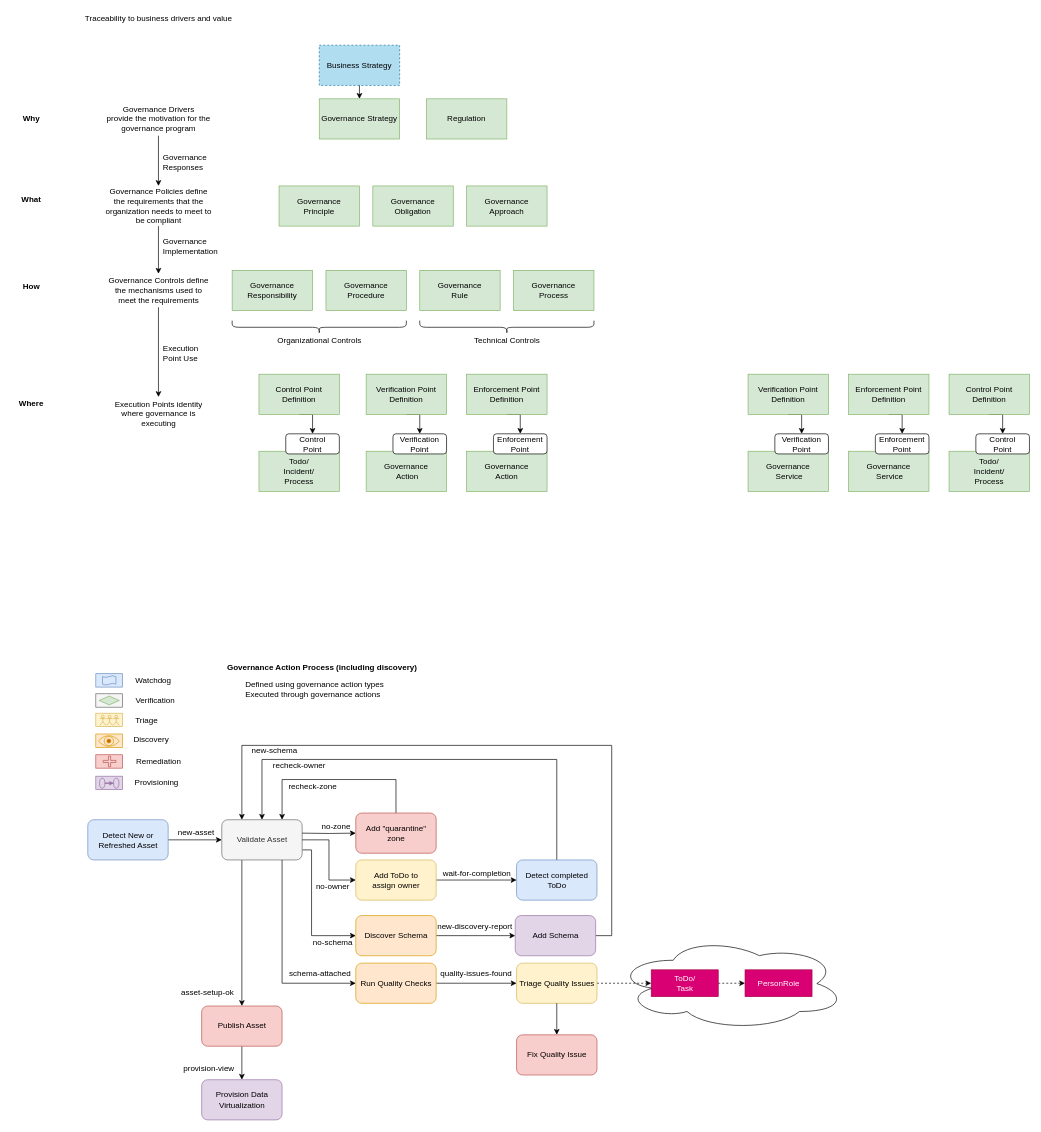
Earlier version of the draw.io diagram page "governance-definitions" (3 of 7) of site/docs/guides/planning/governance-program/governance-program-planning.drawio (odpi/egeria-docs). Source tidied: cells renumbered, new cells numbered last; positions are measured from the earlier drawing's top-left corner, leaving out a move shared by most shapes. Both pictures are drawn from the tidied source at 67%, with x=0, y=0 at pixel (14, 11).
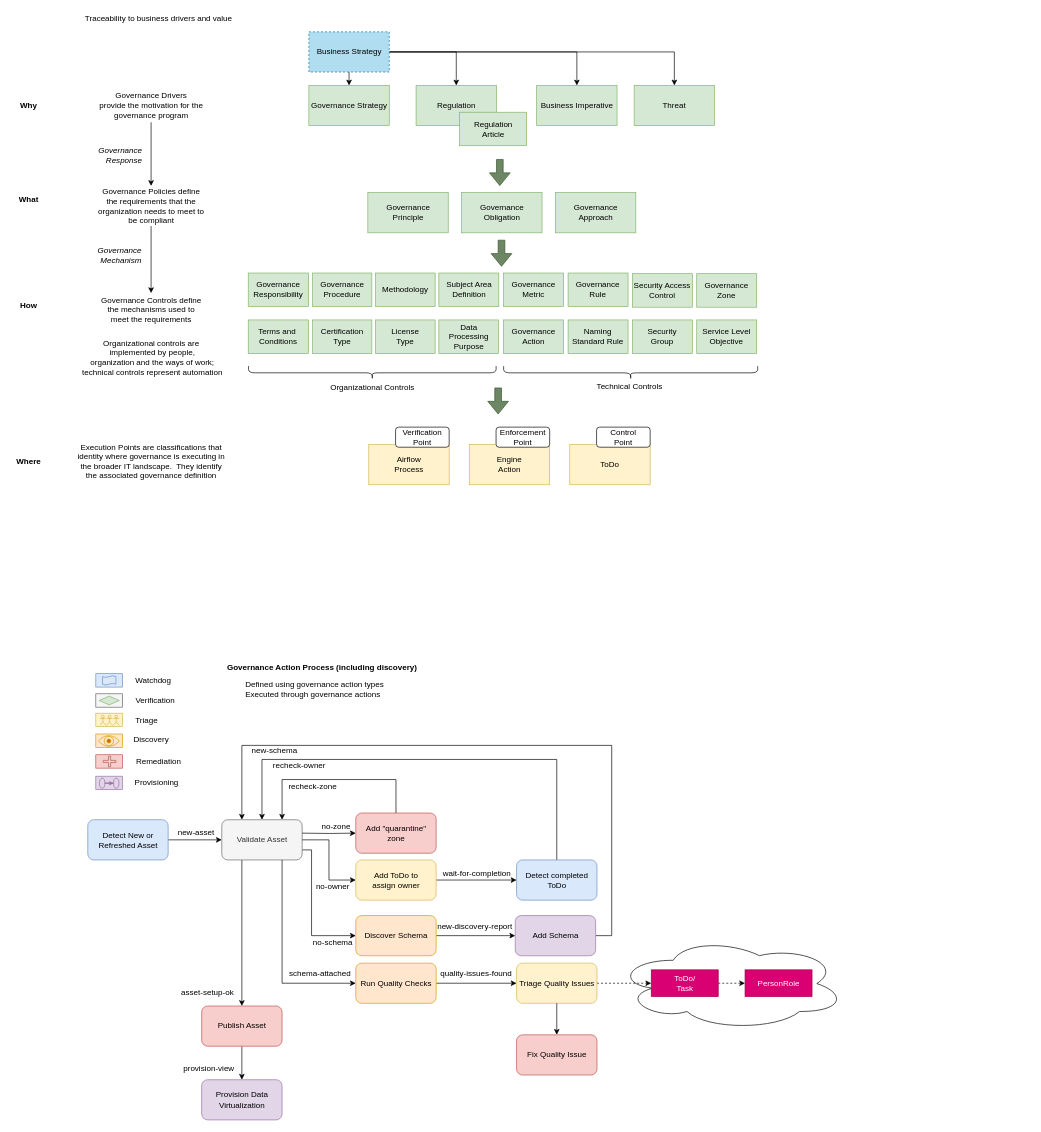
The same diagram, later.

Change to the diagram source:
```diff
@@
     <mxCell id="3" value="Governance Strategy" style="rounded=0;whiteSpace=wrap;html=1;fillColor=#d5e8d4;strokeColor=#82b366;" parent="1" vertex="1">
-      <mxGeometry x="455" y="130" width="120" height="60" as="geometry" />
+      <mxGeometry x="439.5" y="110" width="120" height="60" as="geometry" />
     </mxCell>
     <mxCell id="4" value="Regulation" style="rounded=0;whiteSpace=wrap;html=1;fillColor=#d5e8d4;strokeColor=#82b366;" parent="1" vertex="1">
-      <mxGeometry x="615" y="130" width="120" height="60" as="geometry" />
+      <mxGeometry x="599.5" y="110" width="120" height="60" as="geometry" />
     </mxCell>
@@
     <mxCell id="6" value="Governance Drivers&lt;br&gt;provide the motivation for the&lt;br&gt;governance program" style="text;html=1;align=center;verticalAlign=middle;points=[];" parent="1" vertex="1">
-      <mxGeometry x="130" y="135" width="170" height="50" as="geometry" />
+      <mxGeometry x="119" y="115" width="170" height="50" as="geometry" />
     </mxCell>
@@
+    <mxCell id="127" style="edgeStyle=orthogonalEdgeStyle;rounded=0;jettySize=auto;html=1;exitX=1;exitY=0.5;exitDx=0;exitDy=0;" parent="1" edge="1" source="8" target="131">
+      <mxGeometry relative="1" as="geometry" />
+    </mxCell>
+    <mxCell id="128" style="edgeStyle=orthogonalEdgeStyle;rounded=0;jettySize=auto;html=1;exitX=1;exitY=0.5;exitDx=0;exitDy=0;" parent="1" edge="1" source="8" target="4">
+      <mxGeometry relative="1" as="geometry" />
+    </mxCell>
+    <mxCell id="129" style="edgeStyle=orthogonalEdgeStyle;rounded=0;jettySize=auto;html=1;exitX=1;exitY=0.5;exitDx=0;exitDy=0;entryX=0.5;entryY=0;entryDx=0;entryDy=0;" parent="1" edge="1" source="8" target="132">
+      <mxGeometry relative="1" as="geometry" />
+    </mxCell>
     <mxCell id="8" value="Business Strategy" style="rounded=0;whiteSpace=wrap;html=1;dashed=1;fillColor=#b1ddf0;strokeColor=#10739e;" parent="1" vertex="1">
-      <mxGeometry x="455" y="50" width="120" height="60" as="geometry" />
+      <mxGeometry x="439.5" y="30" width="120" height="60" as="geometry" />
     </mxCell>
@@
     <mxCell id="10" value="Governance&lt;br&gt;Principle" style="rounded=0;whiteSpace=wrap;html=1;fillColor=#d5e8d4;strokeColor=#82b366;" parent="1" vertex="1">
-      <mxGeometry x="395" y="260" width="120" height="60" as="geometry" />
+      <mxGeometry x="527.5" y="270" width="120" height="60" as="geometry" />
     </mxCell>
     <mxCell id="11" value="Governance&lt;br&gt;Obligation" style="rounded=0;whiteSpace=wrap;html=1;fillColor=#d5e8d4;strokeColor=#82b366;" parent="1" vertex="1">
-      <mxGeometry x="535" y="260" width="120" height="60" as="geometry" />
+      <mxGeometry x="667.5" y="270" width="120" height="60" as="geometry" />
     </mxCell>
     <mxCell id="12" value="Governance&lt;br&gt;Approach" style="rounded=0;whiteSpace=wrap;html=1;fillColor=#d5e8d4;strokeColor=#82b366;" parent="1" vertex="1">
-      <mxGeometry x="675" y="260" width="120" height="60" as="geometry" />
+      <mxGeometry x="807.5" y="270" width="120" height="60" as="geometry" />
     </mxCell>
@@
     <mxCell id="14" value="Governance Policies define&lt;br&gt;the requirements that the&lt;br&gt;organization needs to meet to&lt;br&gt;be compliant" style="text;html=1;align=center;verticalAlign=middle;points=[];" parent="1" vertex="1">
-      <mxGeometry x="130" y="260" width="170" height="60" as="geometry" />
+      <mxGeometry x="119" y="260" width="170" height="60" as="geometry" />
     </mxCell>
-    <mxCell id="15" value="Governance&lt;br&gt;Responses" style="text;html=1;align=left;verticalAlign=middle;" parent="1" vertex="1">
-      <mxGeometry x="220" y="210" width="80" height="30" as="geometry" />
+    <mxCell id="15" value="Governance&lt;br&gt;Response" style="text;html=1;align=right;verticalAlign=middle;fontStyle=2;" parent="1" vertex="1">
+      <mxGeometry x="102" y="195" width="90" height="40" as="geometry" />
     </mxCell>
-    <mxCell id="16" style="edgeStyle=orthogonalEdgeStyle;rounded=0;jettySize=auto;html=1;" parent="1" edge="1" source="17" target="33">
-      <mxGeometry relative="1" as="geometry" />
-    </mxCell>
     <mxCell id="17" value="Governance Controls define&lt;br&gt;the mechanisms used to&lt;br&gt;meet the requirements" style="text;html=1;align=center;verticalAlign=middle;points=[];" parent="1" vertex="1">
-      <mxGeometry x="135" y="391" width="160" height="50" as="geometry" />
+      <mxGeometry x="124" y="420" width="160" height="50" as="geometry" />
     </mxCell>
     <mxCell id="18" value="Governance&lt;br&gt;Responsibility" style="rounded=0;whiteSpace=wrap;html=1;fillColor=#d5e8d4;strokeColor=#82b366;" parent="1" vertex="1">
-      <mxGeometry x="325" y="386" width="120" height="60" as="geometry" />
+      <mxGeometry x="349" y="390" width="90" height="50" as="geometry" />
     </mxCell>
     <mxCell id="19" value="Governance&lt;br&gt;Procedure" style="rounded=0;whiteSpace=wrap;html=1;fillColor=#d5e8d4;strokeColor=#82b366;" parent="1" vertex="1">
-      <mxGeometry x="465" y="386" width="120" height="60" as="geometry" />
+      <mxGeometry x="445" y="390" width="88.5" height="50" as="geometry" />
     </mxCell>
     <mxCell id="20" value="Governance&lt;br&gt;Rule" style="rounded=0;whiteSpace=wrap;html=1;fillColor=#d5e8d4;strokeColor=#82b366;" parent="1" vertex="1">
-      <mxGeometry x="605" y="386" width="120" height="60" as="geometry" />
+      <mxGeometry x="826.4" y="390" width="89.5" height="50" as="geometry" />
     </mxCell>
-    <mxCell id="21" value="Governance&lt;br&gt;Process" style="rounded=0;whiteSpace=wrap;html=1;fillColor=#d5e8d4;strokeColor=#82b366;" parent="1" vertex="1">
-      <mxGeometry x="745" y="386" width="120" height="60" as="geometry" />
+    <mxCell id="21" value="Governance&lt;br&gt;Action" style="rounded=0;whiteSpace=wrap;html=1;fillColor=#d5e8d4;strokeColor=#82b366;" parent="1" vertex="1">
+      <mxGeometry x="730.1" y="460" width="89.5" height="50" as="geometry" />
     </mxCell>
     <mxCell id="22" style="shape=curlyBracket;whiteSpace=wrap;html=1;rounded=1;rotation=-90;" parent="1" vertex="1">
-      <mxGeometry x="445" y="341" width="20" height="260" as="geometry" />
+      <mxGeometry x="524.2" y="354.2" width="20" height="369.5" as="geometry" />
     </mxCell>
     <mxCell id="23" value="Organizational Controls" style="text;html=1;align=center;verticalAlign=middle;" parent="1" vertex="1">
-      <mxGeometry x="385" y="481" width="140" height="20" as="geometry" />
+      <mxGeometry x="463.5" y="551" width="140" height="20" as="geometry" />
     </mxCell>
     <mxCell id="24" style="shape=curlyBracket;whiteSpace=wrap;html=1;rounded=1;rotation=-90;" parent="1" vertex="1">
-      <mxGeometry x="725" y="341" width="20" height="260" as="geometry" />
+      <mxGeometry x="909.8" y="349.4" width="20" height="379.2" as="geometry" />
     </mxCell>
     <mxCell id="25" value="Technical Controls" style="text;html=1;align=center;verticalAlign=middle;" parent="1" vertex="1">
-      <mxGeometry x="680" y="481" width="110" height="20" as="geometry" />
+      <mxGeometry x="862.9" y="549" width="110" height="20" as="geometry" />
     </mxCell>
-    <mxCell id="26" value="Governance&lt;br&gt;Implementation" style="text;html=1;align=left;verticalAlign=middle;" parent="1" vertex="1">
-      <mxGeometry x="220" y="335" width="100" height="30" as="geometry" />
+    <mxCell id="26" value="Governance&lt;br&gt;Mechanism" style="text;html=1;align=right;verticalAlign=middle;fontStyle=2;" parent="1" vertex="1">
+      <mxGeometry x="101" y="344.4" width="90" height="40" as="geometry" />
     </mxCell>
-    <mxCell id="27" style="edgeStyle=orthogonalEdgeStyle;rounded=0;jettySize=auto;html=1;exitX=0.5;exitY=1;exitDx=0;exitDy=0;entryX=0.5;entryY=0;entryDx=0;entryDy=0;" parent="1" edge="1" source="28" target="110">
-      <mxGeometry relative="1" as="geometry" />
-    </mxCell>
-    <mxCell id="28" value="Control Point&lt;br&gt;Definition" style="rounded=0;whiteSpace=wrap;html=1;fillColor=#d5e8d4;strokeColor=#82b366;" parent="1" vertex="1">
-      <mxGeometry x="365" y="541" width="120" height="60" as="geometry" />
-    </mxCell>
-    <mxCell id="29" style="edgeStyle=orthogonalEdgeStyle;rounded=0;jettySize=auto;html=1;exitX=0.5;exitY=1;exitDx=0;exitDy=0;entryX=0.5;entryY=0;entryDx=0;entryDy=0;" parent="1" edge="1" source="30" target="112">
-      <mxGeometry relative="1" as="geometry" />
-    </mxCell>
-    <mxCell id="30" value="Verification Point&lt;br&gt;Definition" style="rounded=0;whiteSpace=wrap;html=1;fillColor=#d5e8d4;strokeColor=#82b366;" parent="1" vertex="1">
-      <mxGeometry x="525" y="541" width="120" height="60" as="geometry" />
-    </mxCell>
-    <mxCell id="31" style="edgeStyle=orthogonalEdgeStyle;rounded=0;jettySize=auto;html=1;exitX=0.5;exitY=1;exitDx=0;exitDy=0;" parent="1" edge="1" source="32" target="114">
-      <mxGeometry relative="1" as="geometry">
-        <Array as="points">
-          <mxPoint x="755" y="601" />
-        </Array>
-      </mxGeometry>
-    </mxCell>
-    <mxCell id="32" value="Enforcement Point&lt;br&gt;Definition" style="rounded=0;whiteSpace=wrap;html=1;fillColor=#d5e8d4;strokeColor=#82b366;" parent="1" vertex="1">
-      <mxGeometry x="675" y="541" width="120" height="60" as="geometry" />
-    </mxCell>
-    <mxCell id="33" value="Execution Points identity&lt;br&gt;where governance is&lt;br&gt;executing" style="text;html=1;align=center;verticalAlign=middle;points=[];" parent="1" vertex="1">
-      <mxGeometry x="140" y="575" width="150" height="50" as="geometry" />
+    <mxCell id="33" value="Execution Points are classifications that&lt;div&gt;identity where governance is executing in&lt;div&gt;the broader IT landscape.&amp;nbsp; They identify&lt;/div&gt;&lt;/div&gt;&lt;div&gt;the associated governance definition&lt;/div&gt;" style="text;html=1;align=center;verticalAlign=middle;points=[];" parent="1" vertex="1">
+      <mxGeometry x="84" y="636" width="240" height="70" as="geometry" />
     </mxCell>
-    <mxCell id="34" value="Execution&lt;br&gt;Point Use" style="text;html=1;align=left;verticalAlign=middle;" parent="1" vertex="1">
-      <mxGeometry x="220" y="495" width="70" height="30" as="geometry" />
-    </mxCell>
     <mxCell id="35" value="Why" style="text;html=1;align=center;verticalAlign=middle;fontStyle=1;" parent="1" vertex="1">
-      <mxGeometry x="5" y="150" width="40" height="20" as="geometry" />
+      <mxGeometry x="0.5" y="130" width="40" height="20" as="geometry" />
     </mxCell>
     <mxCell id="36" value="What" style="text;html=1;align=center;verticalAlign=middle;fontStyle=1;" parent="1" vertex="1">
-      <mxGeometry x="5" y="270" width="40" height="20" as="geometry" />
+      <mxGeometry x="0.5" y="270" width="40" height="20" as="geometry" />
     </mxCell>
     <mxCell id="37" value="How" style="text;html=1;align=center;verticalAlign=middle;fontStyle=1;" parent="1" vertex="1">
-      <mxGeometry x="5" y="400" width="40" height="20" as="geometry" />
+      <mxGeometry x="0.5" y="429" width="40" height="20" as="geometry" />
     </mxCell>
     <mxCell id="38" value="Where" style="text;html=1;align=center;verticalAlign=middle;fontStyle=1;" parent="1" vertex="1">
-      <mxGeometry y="575" width="50" height="20" as="geometry" />
+      <mxGeometry x="-4.5" y="661" width="50" height="20" as="geometry" />
     </mxCell>
@@
-    <mxCell id="109" value="Todo/&lt;br&gt;Incident/&lt;br&gt;Process" style="rounded=0;whiteSpace=wrap;html=1;fillColor=#d5e8d4;strokeColor=#82b366;" parent="1" vertex="1">
-      <mxGeometry x="365" y="656" width="120" height="60" as="geometry" />
-    </mxCell>
-    <mxCell id="110" value="Control&lt;br&gt;Point" style="rounded=1;whiteSpace=wrap;html=1;" parent="1" vertex="1">
-      <mxGeometry x="405" y="630" width="80" height="30" as="geometry" />
-    </mxCell>
-    <mxCell id="111" value="Governance&lt;br&gt;&amp;nbsp;Action" style="rounded=0;whiteSpace=wrap;html=1;fillColor=#d5e8d4;strokeColor=#82b366;" parent="1" vertex="1">
-      <mxGeometry x="525" y="656" width="120" height="60" as="geometry" />
-    </mxCell>
-    <mxCell id="112" value="Verification&lt;br&gt;Point" style="rounded=1;whiteSpace=wrap;html=1;" parent="1" vertex="1">
-      <mxGeometry x="565" y="630" width="80" height="30" as="geometry" />
-    </mxCell>
-    <mxCell id="113" value="Governance&lt;br&gt;Action" style="rounded=0;whiteSpace=wrap;html=1;fillColor=#d5e8d4;strokeColor=#82b366;" parent="1" vertex="1">
-      <mxGeometry x="675" y="656" width="120" height="60" as="geometry" />
-    </mxCell>
-    <mxCell id="114" value="Enforcement&lt;br&gt;Point" style="rounded=1;whiteSpace=wrap;html=1;" parent="1" vertex="1">
-      <mxGeometry x="715" y="630" width="80" height="30" as="geometry" />
-    </mxCell>
-    <mxCell id="115" style="edgeStyle=orthogonalEdgeStyle;rounded=0;jettySize=auto;html=1;exitX=0.5;exitY=1;exitDx=0;exitDy=0;entryX=0.5;entryY=0;entryDx=0;entryDy=0;" parent="1" edge="1" source="116" target="122">
-      <mxGeometry relative="1" as="geometry" />
-    </mxCell>
-    <mxCell id="116" value="Control Point&lt;br&gt;Definition" style="rounded=0;whiteSpace=wrap;html=1;fillColor=#d5e8d4;strokeColor=#82b366;" parent="1" vertex="1">
-      <mxGeometry x="1395" y="541" width="120" height="60" as="geometry" />
-    </mxCell>
-    <mxCell id="117" style="edgeStyle=orthogonalEdgeStyle;rounded=0;jettySize=auto;html=1;exitX=0.5;exitY=1;exitDx=0;exitDy=0;entryX=0.5;entryY=0;entryDx=0;entryDy=0;" parent="1" edge="1" source="118" target="124">
-      <mxGeometry relative="1" as="geometry" />
-    </mxCell>
-    <mxCell id="118" value="Verification Point&lt;br&gt;Definition" style="rounded=0;whiteSpace=wrap;html=1;fillColor=#d5e8d4;strokeColor=#82b366;" parent="1" vertex="1">
-      <mxGeometry x="1095" y="541" width="120" height="60" as="geometry" />
-    </mxCell>
-    <mxCell id="119" style="edgeStyle=orthogonalEdgeStyle;rounded=0;jettySize=auto;html=1;exitX=0.5;exitY=1;exitDx=0;exitDy=0;" parent="1" edge="1" source="120" target="126">
-      <mxGeometry relative="1" as="geometry">
-        <Array as="points">
-          <mxPoint x="1325" y="601" />
-        </Array>
-      </mxGeometry>
-    </mxCell>
-    <mxCell id="120" value="Enforcement Point&lt;br&gt;Definition" style="rounded=0;whiteSpace=wrap;html=1;fillColor=#d5e8d4;strokeColor=#82b366;" parent="1" vertex="1">
-      <mxGeometry x="1245" y="541" width="120" height="60" as="geometry" />
-    </mxCell>
-    <mxCell id="121" value="Todo/&lt;br&gt;Incident/&lt;br&gt;Process" style="rounded=0;whiteSpace=wrap;html=1;fillColor=#d5e8d4;strokeColor=#82b366;" parent="1" vertex="1">
-      <mxGeometry x="1395" y="656" width="120" height="60" as="geometry" />
+    <mxCell id="121" value="ToDo" style="rounded=0;whiteSpace=wrap;html=1;fillColor=#fff2cc;strokeColor=#d6b656;" parent="1" vertex="1">
+      <mxGeometry x="828.9" y="646" width="120" height="60" as="geometry" />
     </mxCell>
     <mxCell id="122" value="Control&lt;br&gt;Point" style="rounded=1;whiteSpace=wrap;html=1;" parent="1" vertex="1">
-      <mxGeometry x="1435" y="630" width="80" height="30" as="geometry" />
+      <mxGeometry x="868.9" y="620" width="80" height="30" as="geometry" />
     </mxCell>
-    <mxCell id="123" value="Governance&lt;br&gt;&amp;nbsp;Service" style="rounded=0;whiteSpace=wrap;html=1;fillColor=#d5e8d4;strokeColor=#82b366;" parent="1" vertex="1">
-      <mxGeometry x="1095" y="656" width="120" height="60" as="geometry" />
+    <mxCell id="123" value="Airflow&lt;div&gt;Process&lt;/div&gt;" style="rounded=0;whiteSpace=wrap;html=1;fillColor=#fff2cc;strokeColor=#d6b656;" parent="1" vertex="1">
+      <mxGeometry x="528.9" y="646" width="120" height="60" as="geometry" />
     </mxCell>
     <mxCell id="124" value="Verification&lt;br&gt;Point" style="rounded=1;whiteSpace=wrap;html=1;" parent="1" vertex="1">
-      <mxGeometry x="1135" y="630" width="80" height="30" as="geometry" />
+      <mxGeometry x="568.9" y="620" width="80" height="30" as="geometry" />
     </mxCell>
-    <mxCell id="125" value="Governance&lt;br&gt;&amp;nbsp;Service" style="rounded=0;whiteSpace=wrap;html=1;fillColor=#d5e8d4;strokeColor=#82b366;" parent="1" vertex="1">
-      <mxGeometry x="1245" y="656" width="120" height="60" as="geometry" />
+    <mxCell id="125" value="Engine&lt;div&gt;Action&lt;/div&gt;" style="rounded=0;whiteSpace=wrap;html=1;fillColor=#fff2cc;strokeColor=#d6b656;" parent="1" vertex="1">
+      <mxGeometry x="678.9" y="646" width="120" height="60" as="geometry" />
     </mxCell>
     <mxCell id="126" value="Enforcement&lt;br&gt;Point" style="rounded=1;whiteSpace=wrap;html=1;" parent="1" vertex="1">
-      <mxGeometry x="1285" y="630" width="80" height="30" as="geometry" />
+      <mxGeometry x="718.9" y="620" width="80" height="30" as="geometry" />
     </mxCell>
+    <mxCell id="130" value="Regulation&lt;div&gt;Article&lt;/div&gt;" style="rounded=0;whiteSpace=wrap;html=1;fillColor=#d5e8d4;strokeColor=#82b366;" parent="1" vertex="1">
+      <mxGeometry x="664.5" y="150" width="100" height="50" as="geometry" />
+    </mxCell>
+    <mxCell id="131" value="Business Imperative" style="rounded=0;whiteSpace=wrap;html=1;fillColor=#d5e8d4;strokeColor=#82b366;" parent="1" vertex="1">
+      <mxGeometry x="779.5" y="110" width="120" height="60" as="geometry" />
+    </mxCell>
+    <mxCell id="132" value="Threat" style="rounded=0;whiteSpace=wrap;html=1;fillColor=#d5e8d4;strokeColor=#82b366;" parent="1" vertex="1">
+      <mxGeometry x="925" y="110" width="120" height="60" as="geometry" />
+    </mxCell>
+    <mxCell id="133" value="Methodology" style="rounded=0;whiteSpace=wrap;html=1;fillColor=#d5e8d4;strokeColor=#82b366;" parent="1" vertex="1">
+      <mxGeometry x="539" y="390" width="89" height="50" as="geometry" />
+    </mxCell>
+    <mxCell id="134" value="Certification&lt;div&gt;&lt;div&gt;Type&lt;/div&gt;&lt;/div&gt;" style="rounded=0;whiteSpace=wrap;html=1;fillColor=#d5e8d4;strokeColor=#82b366;" parent="1" vertex="1">
+      <mxGeometry x="445" y="460" width="88.5" height="50" as="geometry" />
+    </mxCell>
+    <mxCell id="135" value="License&lt;div&gt;Type&lt;/div&gt;" style="rounded=0;whiteSpace=wrap;html=1;fillColor=#d5e8d4;strokeColor=#82b366;" parent="1" vertex="1">
+      <mxGeometry x="539" y="460" width="89" height="50" as="geometry" />
+    </mxCell>
+    <mxCell id="136" value="Terms and&amp;nbsp;&lt;div&gt;Conditions&lt;/div&gt;" style="rounded=0;whiteSpace=wrap;html=1;fillColor=#d5e8d4;strokeColor=#82b366;" parent="1" vertex="1">
+      <mxGeometry x="349" y="460" width="90" height="50" as="geometry" />
+    </mxCell>
+    <mxCell id="137" value="Subject Area Definition" style="rounded=0;whiteSpace=wrap;html=1;fillColor=#d5e8d4;strokeColor=#82b366;" parent="1" vertex="1">
+      <mxGeometry x="633.5" y="390" width="89.5" height="50" as="geometry" />
+    </mxCell>
+    <mxCell id="138" value="Data Processing Purpose" style="rounded=0;whiteSpace=wrap;html=1;fillColor=#d5e8d4;strokeColor=#82b366;" parent="1" vertex="1">
+      <mxGeometry x="633.5" y="460" width="89" height="50" as="geometry" />
+    </mxCell>
+    <mxCell id="139" value="Governance&lt;div&gt;Metric&lt;/div&gt;" style="rounded=0;whiteSpace=wrap;html=1;fillColor=#d5e8d4;strokeColor=#82b366;" parent="1" vertex="1">
+      <mxGeometry x="730.1" y="390" width="89.5" height="50" as="geometry" />
+    </mxCell>
+    <mxCell id="140" value="Naming Standard Rule" style="rounded=0;whiteSpace=wrap;html=1;fillColor=#d5e8d4;strokeColor=#82b366;" parent="1" vertex="1">
+      <mxGeometry x="826.4" y="460" width="89.5" height="50" as="geometry" />
+    </mxCell>
+    <mxCell id="141" value="Governance Zone" style="rounded=0;whiteSpace=wrap;html=1;fillColor=#d5e8d4;strokeColor=#82b366;" parent="1" vertex="1">
+      <mxGeometry x="1018.4" y="391" width="89.5" height="50" as="geometry" />
+    </mxCell>
+    <mxCell id="142" value="Security&lt;div&gt;Group&lt;/div&gt;" style="rounded=0;whiteSpace=wrap;html=1;fillColor=#d5e8d4;strokeColor=#82b366;" parent="1" vertex="1">
+      <mxGeometry x="922.4" y="460" width="89.5" height="50" as="geometry" />
+    </mxCell>
+    <mxCell id="143" value="Security Access Control" style="rounded=0;whiteSpace=wrap;html=1;fillColor=#d5e8d4;strokeColor=#82b366;" parent="1" vertex="1">
+      <mxGeometry x="922.4" y="391" width="89.5" height="50" as="geometry" />
+    </mxCell>
+    <mxCell id="144" value="Service Level&lt;div&gt;Objective&lt;/div&gt;" style="rounded=0;whiteSpace=wrap;html=1;fillColor=#d5e8d4;strokeColor=#82b366;" parent="1" vertex="1">
+      <mxGeometry x="1018.4" y="460" width="89.5" height="50" as="geometry" />
+    </mxCell>
+    <mxCell id="145" value="Organizational controls are&lt;div&gt;&amp;nbsp;implemented by people,&lt;div&gt;&amp;nbsp;organization and the ways of work;&lt;/div&gt;&lt;div&gt;&amp;nbsp;technical controls represent automation&lt;/div&gt;&lt;/div&gt;" style="text;html=1;align=center;verticalAlign=middle;strokeColor=none;fillColor=none;" parent="1" vertex="1">
+      <mxGeometry x="84" y="481" width="240" height="70" as="geometry" />
+    </mxCell>
+    <mxCell id="146" style="shape=flexArrow;endArrow=classic;html=1;rounded=0;fillColor=#6d8764;strokeColor=#3A5431;" parent="1" edge="1">
+      <mxGeometry relative="1" as="geometry">
+        <mxPoint x="727" y="340.5" as="sourcePoint" />
+        <mxPoint x="727" y="380.5" as="targetPoint" />
+      </mxGeometry>
+    </mxCell>
+    <mxCell id="147" style="shape=flexArrow;endArrow=classic;html=1;rounded=0;fillColor=#6d8764;strokeColor=#3A5431;" parent="1" edge="1">
+      <mxGeometry relative="1" as="geometry">
+        <mxPoint x="724.5" y="220" as="sourcePoint" />
+        <mxPoint x="724.5" y="260" as="targetPoint" />
+      </mxGeometry>
+    </mxCell>
+    <mxCell id="148" style="shape=flexArrow;endArrow=classic;html=1;rounded=0;fillColor=#6d8764;strokeColor=#3A5431;" parent="1" edge="1">
+      <mxGeometry relative="1" as="geometry">
+        <mxPoint x="722" y="561" as="sourcePoint" />
+        <mxPoint x="722" y="601" as="targetPoint" />
+      </mxGeometry>
+    </mxCell>
```
